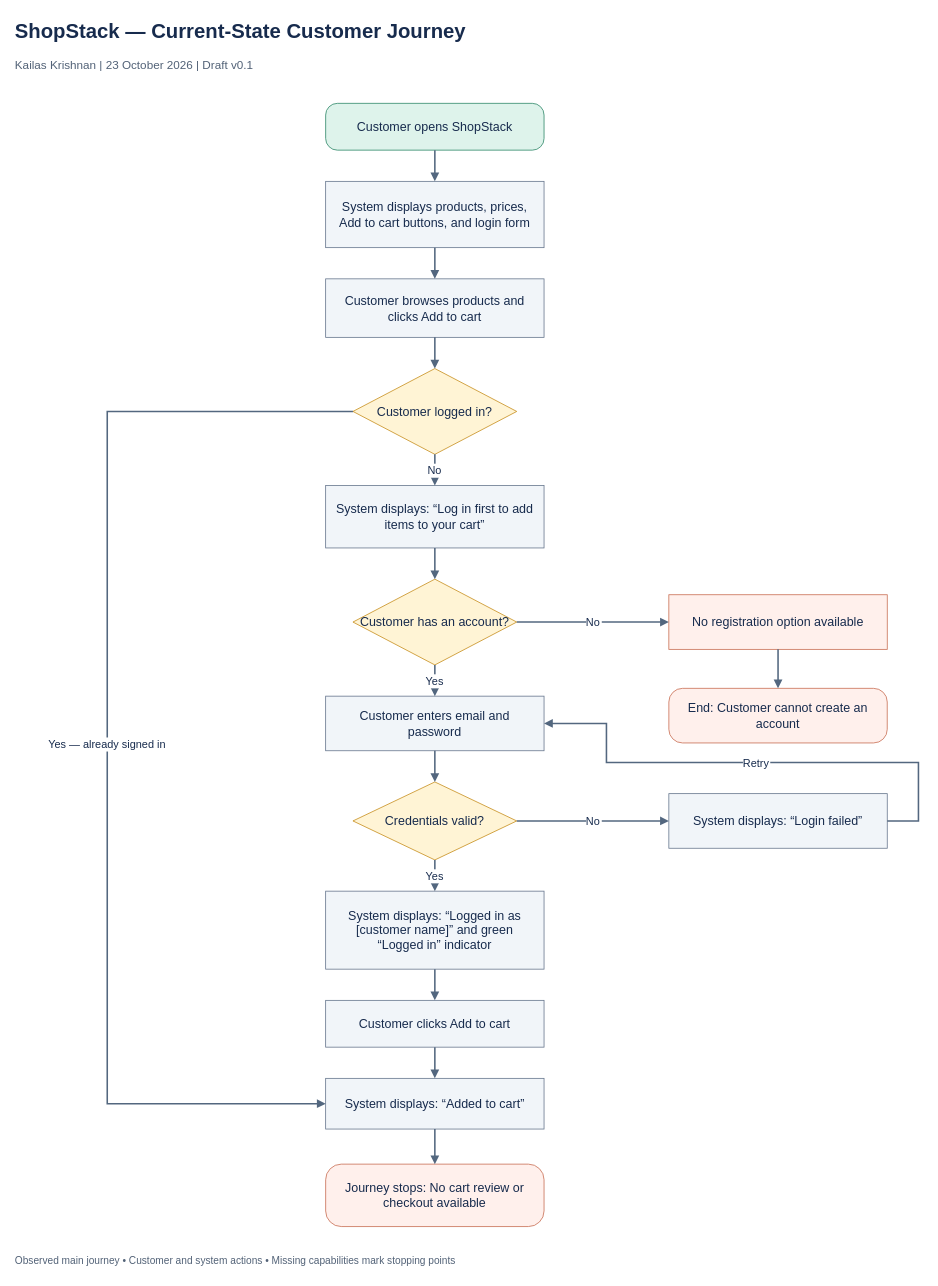
The draw.io diagram docs/process-analysis/ShopStack-Current-State-Improved.drawio in kkrishnan937/shopstack-ba-portfolio, before the edit. Source tidied: cells renumbered, new cells numbered last; positions are measured from the earlier drawing's top-left corner, leaving out a move shared by most shapes. Both pictures are drawn from the tidied source at 78%, with x=0, y=0 at pixel (13, 13).
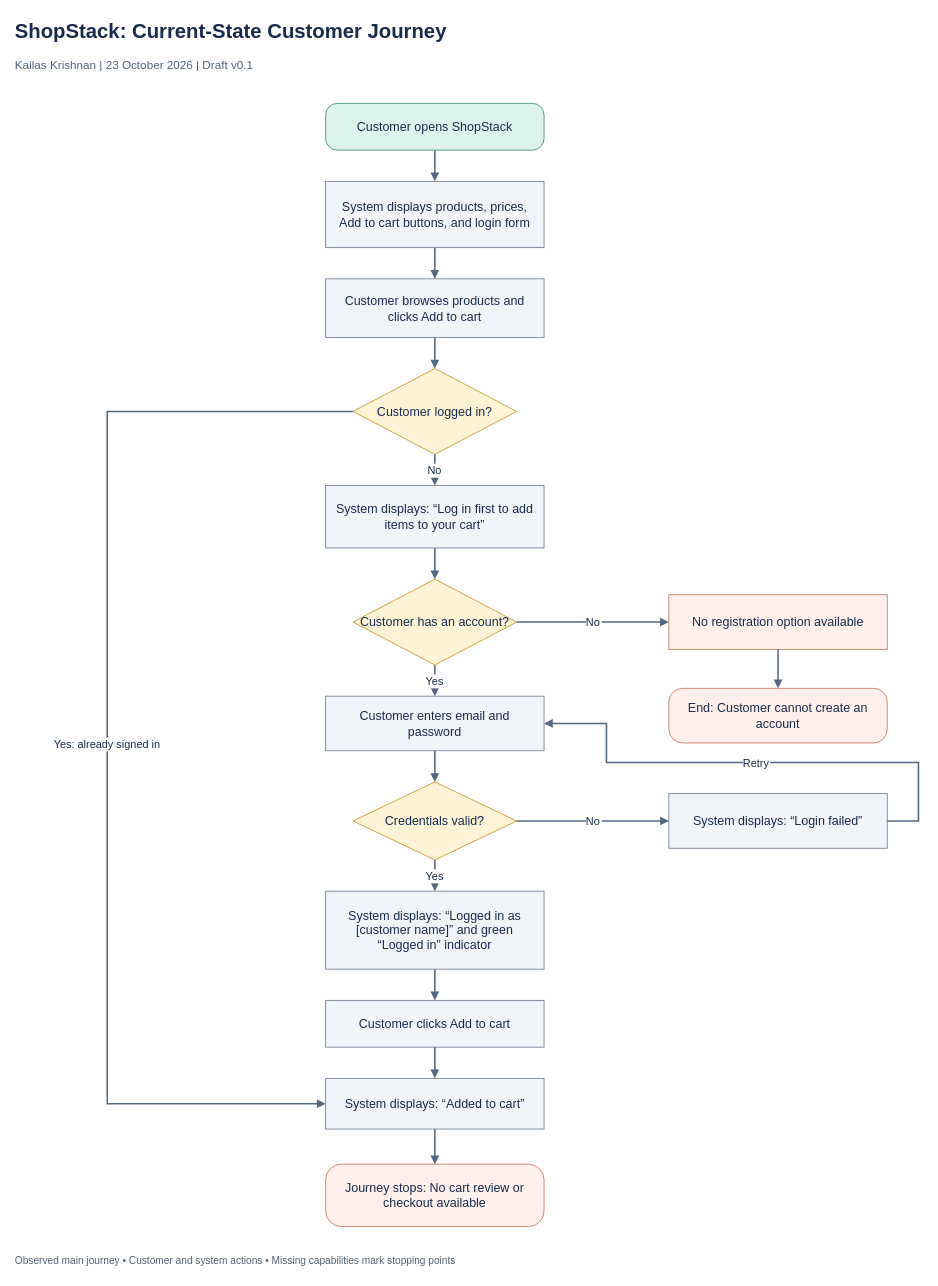
Above is the later version.

Commit message (it also covers changes not shown here):
Replace em dashes in portfolio documents and diagram sources

The change refers to these unchanged cells:
```xml
<mxCell id="8" value="Customer logged in?" style="rhombus;whiteSpace=wrap;html=0;fillColor=#FFF4D5;strokeColor=#C58B18;fontColor=#172B4D;fontSize=16;fontFamily=Arial;spacing=10;" parent="1" vertex="1">
  <mxGeometry x="435" y="455" width="210" height="110" as="geometry" />
</mxCell>
<mxCell id="18" value="System displays: “Added to cart”" style="rounded=0;whiteSpace=wrap;html=0;fillColor=#F1F5F9;strokeColor=#64748B;fontColor=#172B4D;fontSize=16;fontFamily=Arial;spacing=10;" parent="1" vertex="1">
  <mxGeometry x="400" y="1365" width="280" height="65" as="geometry" />
</mxCell>
```

Diff of the diagram source:
```diff
@@
-    <mxCell id="2" value="ShopStack — Current-State Customer Journey" style="text;html=0;fontSize=26;fontStyle=1;align=left;fontColor=#172B4D;" parent="1" vertex="1">
+    <mxCell id="2" value="ShopStack: Current-State Customer Journey" style="text;html=0;fontSize=26;fontStyle=1;align=left;fontColor=#172B4D;" parent="1" vertex="1">
       <mxGeometry width="1160" height="40" as="geometry" />
     </mxCell>
@@
-    <mxCell id="35" value="Yes — already signed in" style="edgeStyle=orthogonalEdgeStyle;rounded=0;html=0;endArrow=block;endFill=1;strokeColor=#53677F;strokeWidth=2;fontColor=#172B4D;fontSize=14;labelBackgroundColor=#FFFFFF;exitX=0.0;exitY=0.5;exitDx=0;exitDy=0;entryX=0.0;entryY=0.5;entryDx=0;entryDy=0;" parent="1" edge="1" source="8" target="18">
+    <mxCell id="35" value="Yes: already signed in" style="edgeStyle=orthogonalEdgeStyle;rounded=0;html=0;endArrow=block;endFill=1;strokeColor=#53677F;strokeWidth=2;fontColor=#172B4D;fontSize=14;labelBackgroundColor=#FFFFFF;exitX=0.0;exitY=0.5;exitDx=0;exitDy=0;entryX=0.0;entryY=0.5;entryDx=0;entryDy=0;" parent="1" edge="1" source="8" target="18">
       <mxGeometry relative="1" as="geometry">
         <Array as="points">
           <mxPoint x="120" y="510" />
           <mxPoint x="120" y="1397.5" />
         </Array>
       </mxGeometry>
     </mxCell>
```
